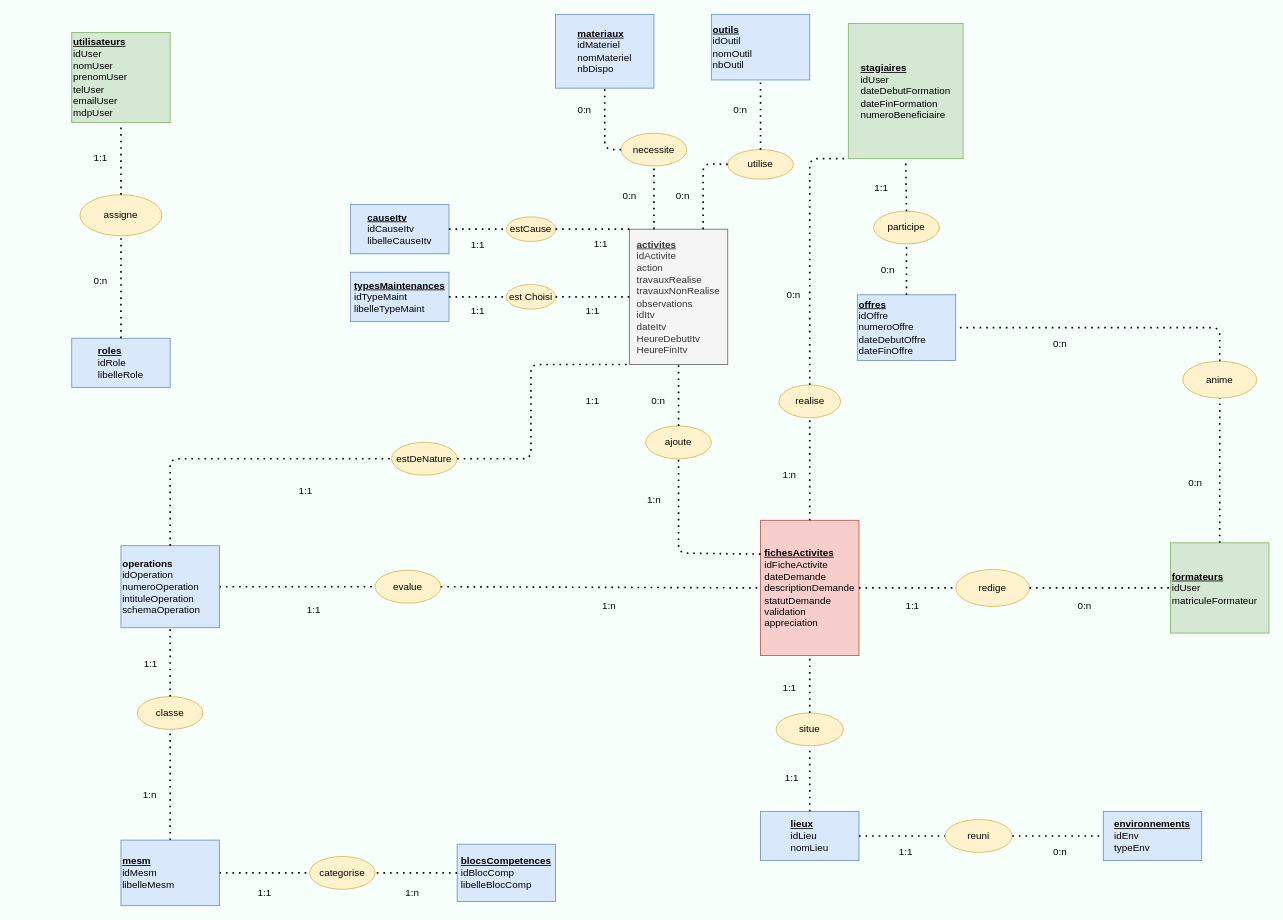
The draw.io diagram DOCS/drawIo.drawio in tancraft/Stage, before the edit. Source tidied: cells renumbered, new cells numbered last; positions are measured from the earlier drawing's top-left corner, leaving out a move shared by most shapes. Both pictures are drawn from the tidied source at 82%, with x=0, y=0 at pixel (71, 14).
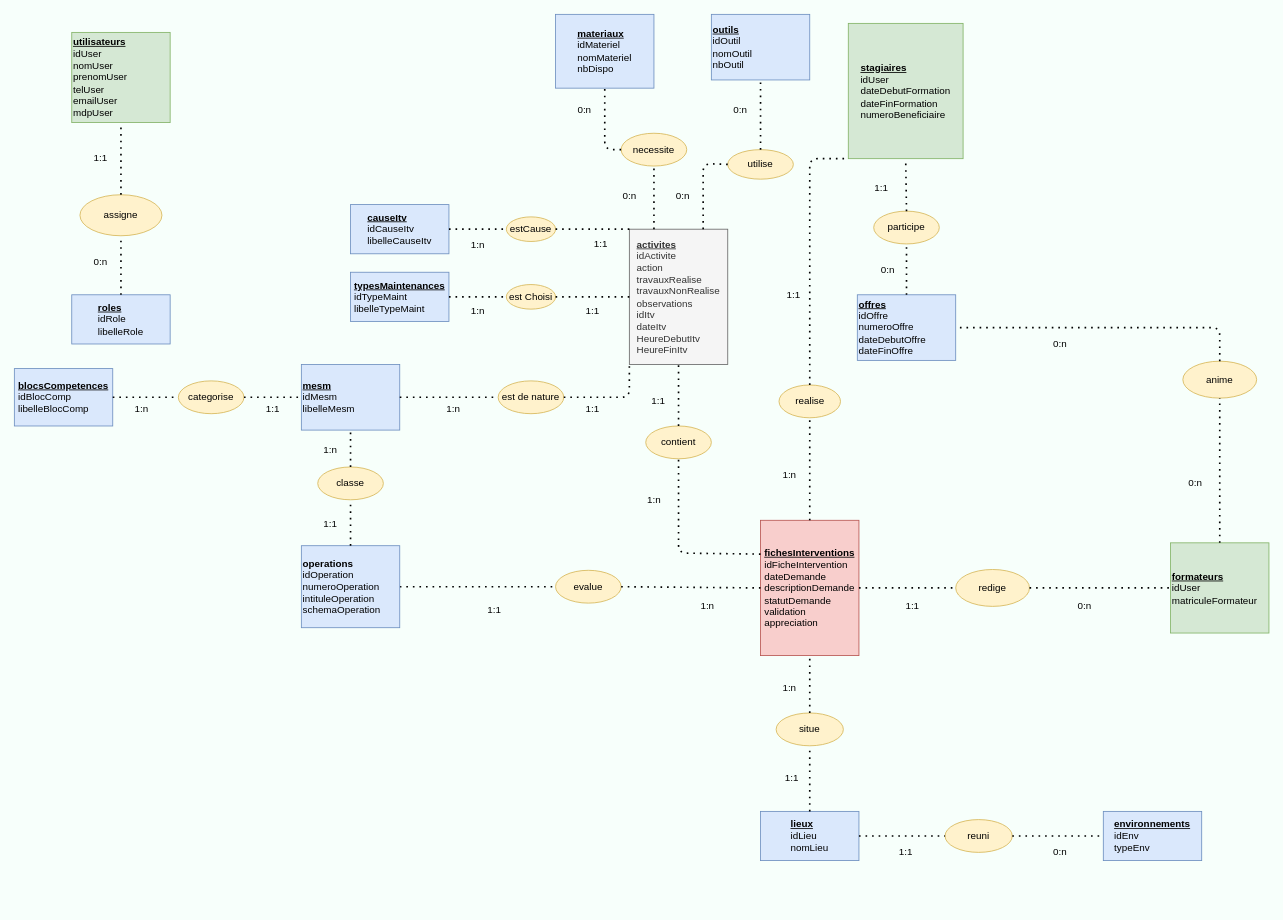
After the change.

Unchanged cells that the change refers to:
```xml
<mxCell id="2" value="&lt;div style=&quot;text-align: left&quot;&gt;&lt;b&gt;&lt;u&gt;activites&lt;/u&gt;&lt;/b&gt;&lt;/div&gt;&lt;div style=&quot;text-align: left&quot;&gt;&lt;span&gt;idActivite&lt;/span&gt;&lt;/div&gt;&lt;div style=&quot;text-align: left&quot;&gt;&lt;span&gt;action&lt;/span&gt;&lt;/div&gt;&lt;div style=&quot;text-align: left&quot;&gt;&lt;span&gt;travauxRealise&lt;/span&gt;&lt;/div&gt;&lt;div style=&quot;text-align: left&quot;&gt;&lt;span&gt;travauxNonRealise&lt;/span&gt;&lt;/div&gt;&lt;div style=&quot;text-align: left&quot;&gt;&lt;span&gt;observations&lt;/span&gt;&lt;/div&gt;&lt;div style=&quot;text-align: left&quot;&gt;idItv&lt;br&gt;dateItv&lt;br&gt;HeureDebutItv&lt;br&gt;HeureFinItv&lt;span&gt;&lt;br&gt;&lt;/span&gt;&lt;/div&gt;" style="rounded=0;whiteSpace=wrap;html=1;fillColor=#f5f5f5;strokeColor=#666666;fontColor=#333333;" parent="1" vertex="1">
  <mxGeometry x="680" y="262" width="120" height="165" as="geometry" />
</mxCell>
```

The edit, as a diff of the source:
```diff
@@
-    <mxCell id="5" value="&lt;div style=&quot;text-align: left&quot;&gt;&lt;b&gt;&lt;u&gt;fichesActivites&lt;/u&gt;&lt;/b&gt;&lt;/div&gt;&lt;div style=&quot;text-align: left&quot;&gt;&lt;span&gt;idFicheActivite&lt;/span&gt;&lt;/div&gt;&lt;div style=&quot;text-align: left&quot;&gt;&lt;span&gt;dateDemande&lt;/span&gt;&lt;/div&gt;&lt;div style=&quot;text-align: left&quot;&gt;&lt;span&gt;descriptionDemande&lt;/span&gt;&lt;/div&gt;&lt;div style=&quot;text-align: left&quot;&gt;&lt;span&gt;statutDemande&lt;/span&gt;&lt;/div&gt;&lt;div style=&quot;text-align: left&quot;&gt;&lt;span&gt;validation&lt;/span&gt;&lt;/div&gt;&lt;div style=&quot;text-align: left&quot;&gt;&lt;span&gt;appreciation&lt;/span&gt;&lt;/div&gt;" style="rounded=0;whiteSpace=wrap;html=1;fillColor=#f8cecc;strokeColor=#b85450;" parent="1" vertex="1">
+    <mxCell id="5" value="&lt;div style=&quot;text-align: left&quot;&gt;&lt;b&gt;&lt;u&gt;fichesInterventions&lt;/u&gt;&lt;/b&gt;&lt;/div&gt;&lt;div style=&quot;text-align: left&quot;&gt;&lt;span&gt;idFicheIntervention&lt;/span&gt;&lt;/div&gt;&lt;div style=&quot;text-align: left&quot;&gt;&lt;span&gt;dateDemande&lt;/span&gt;&lt;/div&gt;&lt;div style=&quot;text-align: left&quot;&gt;&lt;span&gt;descriptionDemande&lt;/span&gt;&lt;/div&gt;&lt;div style=&quot;text-align: left&quot;&gt;&lt;span&gt;statutDemande&lt;/span&gt;&lt;/div&gt;&lt;div style=&quot;text-align: left&quot;&gt;&lt;span&gt;validation&lt;/span&gt;&lt;/div&gt;&lt;div style=&quot;text-align: left&quot;&gt;&lt;span&gt;appreciation&lt;/span&gt;&lt;/div&gt;" style="rounded=0;whiteSpace=wrap;html=1;fillColor=#f8cecc;strokeColor=#b85450;" parent="1" vertex="1">
       <mxGeometry x="840" y="617" width="120" height="165" as="geometry" />
     </mxCell>
@@
     <mxCell id="8" value="&lt;div style=&quot;text-align: left&quot;&gt;&lt;b&gt;&lt;u&gt;blocsCompetences&lt;/u&gt;&lt;/b&gt;&lt;/div&gt;&lt;div style=&quot;text-align: left&quot;&gt;&lt;span&gt;idBlocComp&lt;/span&gt;&lt;/div&gt;&lt;div style=&quot;text-align: left&quot;&gt;&lt;span&gt;libelleBlocComp&lt;/span&gt;&lt;/div&gt;" style="rounded=0;whiteSpace=wrap;html=1;fillColor=#dae8fc;strokeColor=#6c8ebf;" parent="1" vertex="1">
-      <mxGeometry x="470" y="1012" width="120" height="70" as="geometry" />
+      <mxGeometry x="-70" y="432" width="120" height="70" as="geometry" />
     </mxCell>
@@
-    <mxCell id="32" value="0:n" style="text;html=1;align=center;verticalAlign=middle;" parent="1" vertex="1">
+    <mxCell id="32" value="1:1" style="text;html=1;align=center;verticalAlign=middle;" parent="1" vertex="1">
       <mxGeometry x="865" y="332" width="30" height="20" as="geometry" />
     </mxCell>
@@
-    <mxCell id="43" value="ajoute" style="ellipse;whiteSpace=wrap;html=1;fillColor=#fff2cc;strokeColor=#d6b656;" parent="1" vertex="1">
+    <mxCell id="43" value="contient" style="ellipse;whiteSpace=wrap;html=1;fillColor=#fff2cc;strokeColor=#d6b656;" parent="1" vertex="1">
       <mxGeometry x="700" y="502" width="80" height="40" as="geometry" />
     </mxCell>
@@
-    <mxCell id="46" value="0:n" style="text;html=1;align=center;verticalAlign=middle;" parent="1" vertex="1">
+    <mxCell id="46" value="1:1" style="text;html=1;align=center;verticalAlign=middle;" parent="1" vertex="1">
       <mxGeometry x="700" y="462" width="30" height="20" as="geometry" />
     </mxCell>
@@
-    <mxCell id="48" value="categorise" style="ellipse;whiteSpace=wrap;html=1;fillColor=#fff2cc;strokeColor=#d6b656;" parent="1" vertex="1">
-      <mxGeometry x="290" y="1027" width="80" height="40" as="geometry" />
-    </mxCell>
-    <mxCell id="49" style="endArrow=none;dashed=1;html=1;dashPattern=1 3;strokeWidth=2;entryX=1;entryY=0.5;entryDx=0;entryDy=0;exitX=0;exitY=0.5;exitDx=0;exitDy=0;" parent="1" edge="1" source="8" target="48">
-      <mxGeometry relative="1" as="geometry" />
-    </mxCell>
-    <mxCell id="50" style="endArrow=none;dashed=1;html=1;dashPattern=1 3;strokeWidth=2;entryX=0;entryY=0.5;entryDx=0;entryDy=0;exitX=1;exitY=0.5;exitDx=0;exitDy=0;" parent="1" edge="1" source="68" target="48">
-      <mxGeometry relative="1" as="geometry" />
-    </mxCell>
-    <mxCell id="51" value="classe" style="ellipse;whiteSpace=wrap;html=1;fillColor=#fff2cc;strokeColor=#d6b656;" parent="1" vertex="1">
-      <mxGeometry x="80" y="832" width="80" height="40" as="geometry" />
-    </mxCell>
     <mxCell id="52" value="evalue" style="ellipse;whiteSpace=wrap;html=1;fillColor=#fff2cc;strokeColor=#d6b656;" parent="1" vertex="1">
-      <mxGeometry x="370" y="678" width="80" height="40" as="geometry" />
+      <mxGeometry x="590" y="678" width="80" height="40" as="geometry" />
     </mxCell>
@@
-    <mxCell id="55" style="endArrow=none;dashed=1;html=1;dashPattern=1 3;strokeWidth=2;exitX=0.5;exitY=0;exitDx=0;exitDy=0;entryX=0.5;entryY=1;entryDx=0;entryDy=0;" parent="1" edge="1" source="51" target="69">
-      <mxGeometry relative="1" as="geometry" />
-    </mxCell>
-    <mxCell id="56" style="endArrow=none;dashed=1;html=1;dashPattern=1 3;strokeWidth=2;entryX=0.5;entryY=1;entryDx=0;entryDy=0;exitX=0.5;exitY=0;exitDx=0;exitDy=0;" parent="1" edge="1" source="68" target="51">
-      <mxGeometry relative="1" as="geometry" />
-    </mxCell>
     <mxCell id="57" value="1:1" style="text;html=1;align=center;verticalAlign=middle;" parent="1" vertex="1">
-      <mxGeometry x="280" y="717" width="30" height="20" as="geometry" />
+      <mxGeometry x="500" y="717" width="30" height="20" as="geometry" />
     </mxCell>
     <mxCell id="58" value="1:n" style="text;html=1;align=center;verticalAlign=middle;" parent="1" vertex="1">
-      <mxGeometry x="640" y="712" width="30" height="20" as="geometry" />
+      <mxGeometry x="760" y="712" width="30" height="20" as="geometry" />
     </mxCell>
@@
     <mxCell id="60" value="1:1" style="text;html=1;align=center;verticalAlign=middle;" parent="1" vertex="1">
-      <mxGeometry x="220" y="1062" width="30" height="20" as="geometry" />
+      <mxGeometry x="230" y="472" width="30" height="20" as="geometry" />
     </mxCell>
     <mxCell id="61" value="1:n" style="text;html=1;align=center;verticalAlign=middle;" parent="1" vertex="1">
-      <mxGeometry x="400" y="1062" width="30" height="20" as="geometry" />
+      <mxGeometry x="70" y="472" width="30" height="20" as="geometry" />
     </mxCell>
     <mxCell id="62" value="1:1" style="text;html=1;align=center;verticalAlign=middle;" parent="1" vertex="1">
-      <mxGeometry x="81" y="782" width="30" height="20" as="geometry" />
+      <mxGeometry x="300" y="612" width="30" height="20" as="geometry" />
     </mxCell>
     <mxCell id="63" value="1:n" style="text;html=1;align=center;verticalAlign=middle;" parent="1" vertex="1">
-      <mxGeometry x="80" y="942" width="30" height="20" as="geometry" />
+      <mxGeometry x="300" y="522" width="30" height="20" as="geometry" />
     </mxCell>
@@
-    <mxCell id="68" value="&lt;b&gt;&lt;u&gt;mesm&lt;/u&gt;&lt;/b&gt;&lt;br&gt;idMesm&lt;br&gt;libelleMesm" style="rounded=0;whiteSpace=wrap;html=1;align=left;fillColor=#dae8fc;strokeColor=#6c8ebf;" parent="1" vertex="1">
-      <mxGeometry x="60" y="1007" width="120" height="80" as="geometry" />
-    </mxCell>
     <mxCell id="69" value="&lt;b&gt;operations&lt;/b&gt;&lt;br&gt;idOperation&lt;br&gt;numeroOperation&lt;br&gt;intituleOperation&lt;br&gt;schemaOperation" style="rounded=0;whiteSpace=wrap;html=1;align=left;fillColor=#dae8fc;strokeColor=#6c8ebf;" parent="1" vertex="1">
-      <mxGeometry x="60" y="648" width="120" height="100" as="geometry" />
+      <mxGeometry x="280" y="648" width="120" height="100" as="geometry" />
     </mxCell>
@@
     <mxCell id="80" value="&lt;div style=&quot;text-align: left&quot;&gt;&lt;b&gt;&lt;u&gt;roles&lt;/u&gt;&lt;/b&gt;&lt;/div&gt;&lt;div style=&quot;text-align: left&quot;&gt;&lt;span&gt;idRole&lt;/span&gt;&lt;/div&gt;&lt;div style=&quot;text-align: left&quot;&gt;&lt;span&gt;libelleRole&lt;/span&gt;&lt;/div&gt;" style="rounded=0;whiteSpace=wrap;html=1;fillColor=#dae8fc;strokeColor=#6c8ebf;" parent="1" vertex="1">
-      <mxGeometry y="395" width="120" height="60" as="geometry" />
+      <mxGeometry y="342" width="120" height="60" as="geometry" />
     </mxCell>
@@
     <mxCell id="83" value="0:n" style="text;html=1;align=center;verticalAlign=middle;" parent="1" vertex="1">
-      <mxGeometry x="20" y="314.5" width="30" height="20" as="geometry" />
+      <mxGeometry x="20" y="292" width="30" height="20" as="geometry" />
     </mxCell>
@@
-    <mxCell id="87" value="estDeNature" style="ellipse;whiteSpace=wrap;html=1;fillColor=#fff2cc;strokeColor=#d6b656;" parent="1" vertex="1">
-      <mxGeometry x="390" y="522" width="80" height="40" as="geometry" />
-    </mxCell>
-    <mxCell id="88" style="endArrow=none;dashed=1;html=1;dashPattern=1 3;strokeWidth=2;exitX=0.5;exitY=0;exitDx=0;exitDy=0;entryX=0;entryY=0.5;entryDx=0;entryDy=0;" parent="1" edge="1" source="69" target="87">
-      <mxGeometry relative="1" as="geometry">
-        <Array as="points">
-          <mxPoint x="120" y="542" />
-        </Array>
-      </mxGeometry>
-    </mxCell>
-    <mxCell id="89" style="endArrow=none;dashed=1;html=1;dashPattern=1 3;strokeWidth=2;exitX=1;exitY=0.5;exitDx=0;exitDy=0;entryX=0;entryY=1;entryDx=0;entryDy=0;" parent="1" edge="1" source="87" target="2">
-      <mxGeometry relative="1" as="geometry">
-        <Array as="points">
-          <mxPoint x="560" y="542" />
-          <mxPoint x="560" y="427" />
-        </Array>
-      </mxGeometry>
-    </mxCell>
@@
-    <mxCell id="91" value="1:1" style="text;html=1;align=center;verticalAlign=middle;" parent="1" vertex="1">
+    <mxCell id="91" value="1:n" style="text;html=1;align=center;verticalAlign=middle;" parent="1" vertex="1">
       <mxGeometry x="860" y="812" width="30" height="20" as="geometry" />
     </mxCell>
-    <mxCell id="92" value="1:1" style="text;html=1;align=center;verticalAlign=middle;" parent="1" vertex="1">
-      <mxGeometry x="270" y="572" width="30" height="20" as="geometry" />
-    </mxCell>
-    <mxCell id="93" value="1:1" style="text;html=1;align=center;verticalAlign=middle;" parent="1" vertex="1">
-      <mxGeometry x="620" y="462" width="30" height="20" as="geometry" />
-    </mxCell>
-    <mxCell id="94" value="1:1" style="text;html=1;align=center;verticalAlign=middle;" parent="1" vertex="1">
+    <mxCell id="94" value="1:n" style="text;html=1;align=center;verticalAlign=middle;" parent="1" vertex="1">
       <mxGeometry x="480" y="352" width="30" height="20" as="geometry" />
     </mxCell>
@@
-    <mxCell id="96" value="1:1" style="text;html=1;align=center;verticalAlign=middle;" parent="1" vertex="1">
+    <mxCell id="96" value="1:n" style="text;html=1;align=center;verticalAlign=middle;" parent="1" vertex="1">
       <mxGeometry x="480" y="272" width="30" height="20" as="geometry" />
     </mxCell>
@@
+    <mxCell id="68" value="&lt;b&gt;&lt;u&gt;mesm&lt;/u&gt;&lt;/b&gt;&lt;br&gt;idMesm&lt;br&gt;libelleMesm" style="rounded=0;whiteSpace=wrap;html=1;align=left;fillColor=#dae8fc;strokeColor=#6c8ebf;" parent="1" vertex="1">
+      <mxGeometry x="280" y="427" width="120" height="80" as="geometry" />
+    </mxCell>
+    <mxCell id="48" value="categorise" style="ellipse;whiteSpace=wrap;html=1;fillColor=#fff2cc;strokeColor=#d6b656;" parent="1" vertex="1">
+      <mxGeometry x="130" y="447" width="80" height="40" as="geometry" />
+    </mxCell>
+    <mxCell id="51" value="classe" style="ellipse;whiteSpace=wrap;html=1;fillColor=#fff2cc;strokeColor=#d6b656;" parent="1" vertex="1">
+      <mxGeometry x="300" y="552" width="80" height="40" as="geometry" />
+    </mxCell>
+    <mxCell id="49" style="endArrow=none;dashed=1;html=1;dashPattern=1 3;strokeWidth=2;exitX=1;exitY=0.5;exitDx=0;exitDy=0;entryX=0;entryY=0.5;entryDx=0;entryDy=0;" parent="1" edge="1" source="8" target="48">
+      <mxGeometry relative="1" as="geometry" />
+    </mxCell>
+    <mxCell id="98" style="endArrow=none;dashed=1;html=1;dashPattern=1 3;strokeWidth=2;entryX=0;entryY=0.5;entryDx=0;entryDy=0;exitX=1;exitY=0.5;exitDx=0;exitDy=0;" parent="1" edge="1" source="48" target="68">
+      <mxGeometry relative="1" as="geometry" />
+    </mxCell>
+    <mxCell id="99" style="endArrow=none;dashed=1;html=1;dashPattern=1 3;strokeWidth=2;entryX=0.5;entryY=1;entryDx=0;entryDy=0;exitX=0.5;exitY=0;exitDx=0;exitDy=0;" parent="1" edge="1" source="51" target="68">
+      <mxGeometry relative="1" as="geometry" />
+    </mxCell>
+    <mxCell id="100" style="endArrow=none;dashed=1;html=1;dashPattern=1 3;strokeWidth=2;entryX=0.5;entryY=1;entryDx=0;entryDy=0;exitX=0.5;exitY=0;exitDx=0;exitDy=0;" parent="1" edge="1" source="69" target="51">
+      <mxGeometry relative="1" as="geometry" />
+    </mxCell>
+    <mxCell id="101" value="est de nature" style="ellipse;whiteSpace=wrap;html=1;fillColor=#fff2cc;strokeColor=#d6b656;" parent="1" vertex="1">
+      <mxGeometry x="520" y="447" width="80" height="40" as="geometry" />
+    </mxCell>
+    <mxCell id="102" style="endArrow=none;dashed=1;html=1;dashPattern=1 3;strokeWidth=2;exitX=1;exitY=0.5;exitDx=0;exitDy=0;entryX=0;entryY=0.5;entryDx=0;entryDy=0;" parent="1" edge="1" source="68" target="101">
+      <mxGeometry relative="1" as="geometry" />
+    </mxCell>
+    <mxCell id="103" style="endArrow=none;dashed=1;html=1;dashPattern=1 3;strokeWidth=2;exitX=1;exitY=0.5;exitDx=0;exitDy=0;entryX=0;entryY=1;entryDx=0;entryDy=0;" parent="1" edge="1" source="101" target="2">
+      <mxGeometry relative="1" as="geometry">
+        <Array as="points">
+          <mxPoint x="680" y="467" />
+        </Array>
+      </mxGeometry>
+    </mxCell>
+    <mxCell id="104" value="1:n" style="text;html=1;align=center;verticalAlign=middle;" parent="1" vertex="1">
+      <mxGeometry x="450" y="472" width="30" height="20" as="geometry" />
+    </mxCell>
+    <mxCell id="105" value="1:1" style="text;html=1;align=center;verticalAlign=middle;" parent="1" vertex="1">
+      <mxGeometry x="620" y="472" width="30" height="20" as="geometry" />
+    </mxCell>
```
